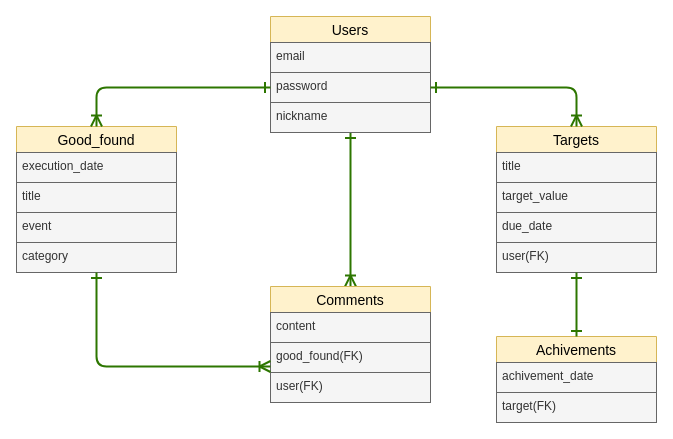
Before: bright-side.dio in akiyuki-23/bright-side, a draw.io diagram. Source tidied: cells renumbered, new cells numbered last; positions are measured from the earlier drawing's top-left corner, leaving out a move shared by most shapes. Both pictures are drawn from the tidied source at 100%, with x=0, y=0 at pixel (16, 16).
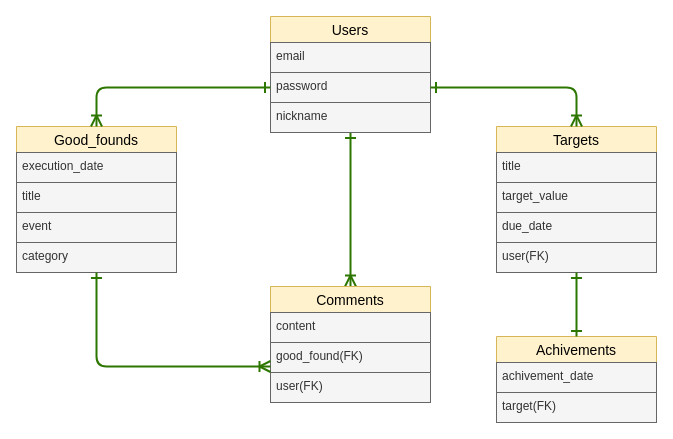
After the change.

The edit, as a diff of the source:
```diff
@@
-    <mxCell id="2" value="Good_found" style="swimlane;fontStyle=0;horizontal=1;startSize=26;align=center;fontSize=14;fillColor=#fff2cc;strokeColor=#d6b656;fontColor=#000000;" parent="1" vertex="1">
+    <mxCell id="2" value="Good_founds" style="swimlane;fontStyle=0;horizontal=1;startSize=26;align=center;fontSize=14;fillColor=#fff2cc;strokeColor=#d6b656;fontColor=#000000;" parent="1" vertex="1">
       <mxGeometry y="110" width="160" height="146" as="geometry" />
     </mxCell>
```
